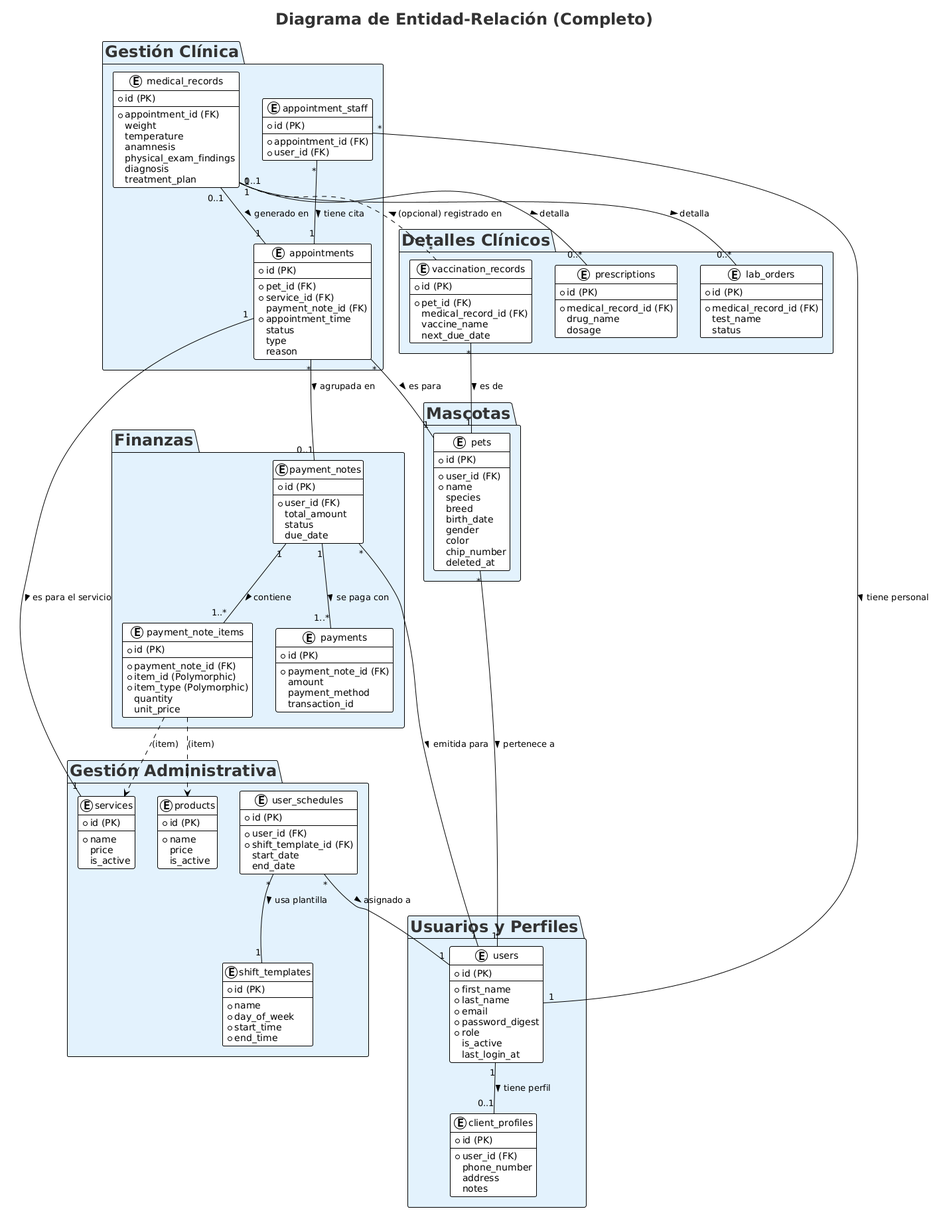
miguelfiguera/Peludog-Docs keeps this PlantUML diagram as Imagenes/SystemDesignDiagramsImages/database.png. Above is the earlier version.
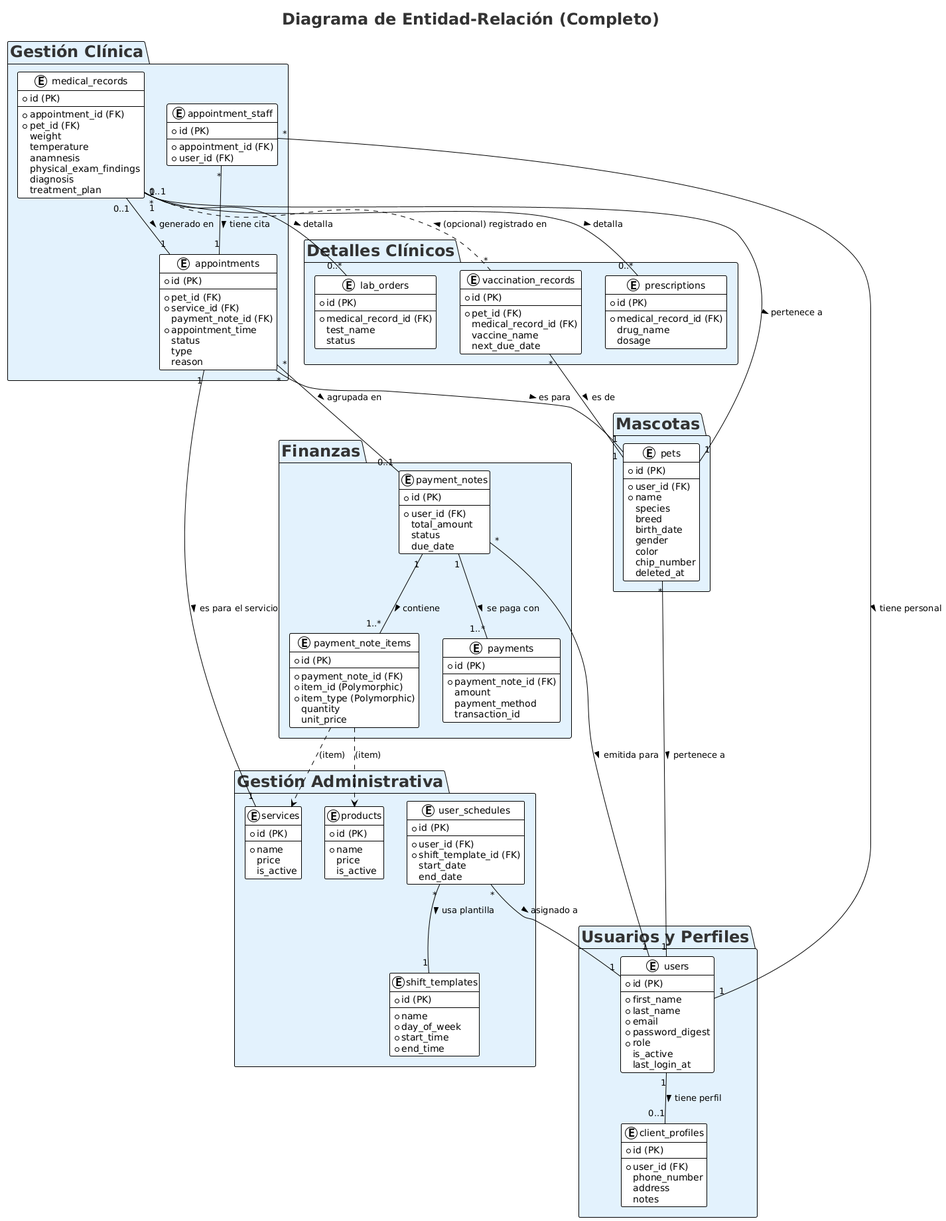
After the change.

Diff of the diagram source:
```diff
@@ -93,6 +93,7 @@
     + id (PK)
     --
     *appointment_id (FK)
+    *pet_id (FK)
     weight
     temperature
     anamnesis
@@ -204,6 +205,7 @@
 appointments "1" -- "1" services : es para el servicio >
 
 medical_records "0..1" -- "1" appointments : generado en >
+medical_records "*" -- "1" pets : pertenece a >
 medical_records "1" -- "0..*" prescriptions : detalla >
 medical_records "1" -- "0..*" lab_orders : detalla >
 vaccination_records "*" -- "1" pets : es de >
```
